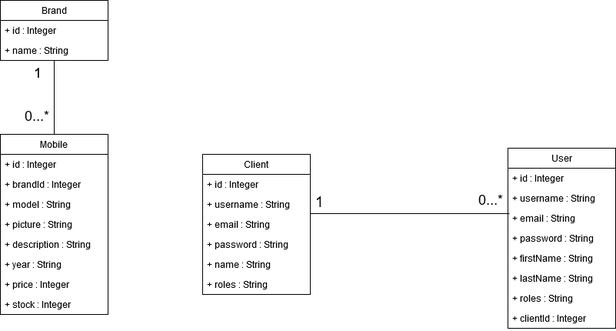
Earlier version of the draw.io export UML/Classes/diagramme_classes.png (quentinboinet/bilemo). Source tidied: cells renumbered, new cells last; positions are measured from the earlier drawing's top-left corner, leaving out a move shared by most shapes.
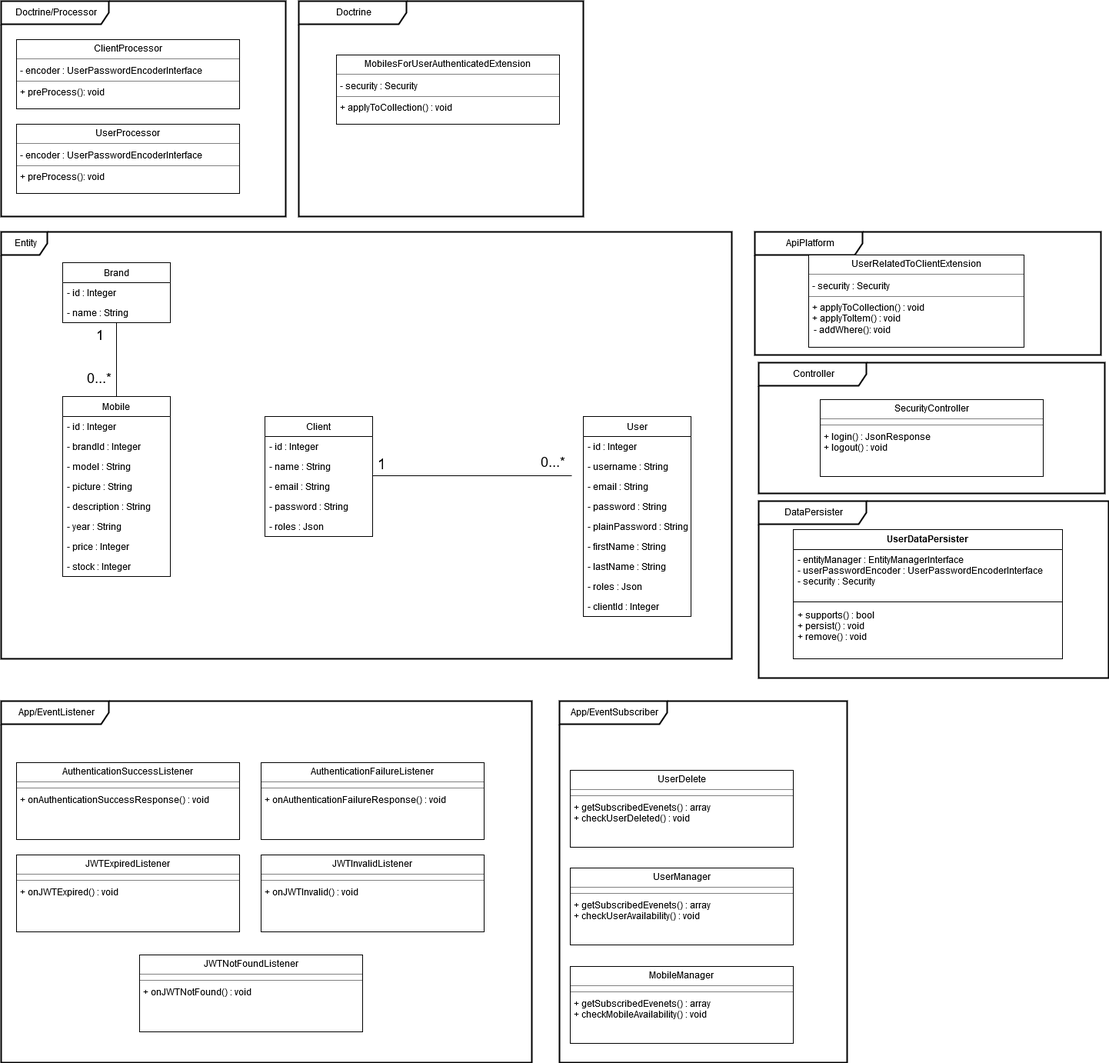
After the commit.

Change to the diagram source:
```diff
@@ -5,21 +5,18 @@
     <mxCell id="2" value="Client" style="swimlane;fontStyle=0;horizontal=1;startSize=26;fillColor=none;" parent="1" vertex="1">
-      <mxGeometry x="263" y="200" width="140" height="182" as="geometry" />
+      <mxGeometry x="263" y="200" width="140" height="156" as="geometry" />
     </mxCell>
-    <mxCell id="3" value="+ id : Integer" style="text;strokeColor=none;fillColor=none;align=left;verticalAlign=top;spacingLeft=4;spacingRight=4;overflow=hidden;" parent="2" vertex="1">
+    <mxCell id="3" value="- id : Integer" style="text;strokeColor=none;fillColor=none;align=left;verticalAlign=top;spacingLeft=4;spacingRight=4;overflow=hidden;" parent="2" vertex="1">
       <mxGeometry y="26" width="140" height="26" as="geometry" />
     </mxCell>
-    <mxCell id="4" value="+ username : String" style="text;strokeColor=none;fillColor=none;align=left;verticalAlign=top;spacingLeft=4;spacingRight=4;overflow=hidden;" parent="2" vertex="1">
-      <mxGeometry y="52" width="140" height="26" as="geometry" />
-    </mxCell>
+    <mxCell id="7" value="- name : String" style="text;strokeColor=none;fillColor=none;align=left;verticalAlign=top;spacingLeft=4;spacingRight=4;overflow=hidden;" parent="2" vertex="1">
+      <mxGeometry y="52" width="140" height="26" as="geometry" />
+    </mxCell>
-    <mxCell id="5" value="+ email : String" style="text;strokeColor=none;fillColor=none;align=left;verticalAlign=top;spacingLeft=4;spacingRight=4;overflow=hidden;" parent="2" vertex="1">
+    <mxCell id="5" value="- email : String" style="text;strokeColor=none;fillColor=none;align=left;verticalAlign=top;spacingLeft=4;spacingRight=4;overflow=hidden;" parent="2" vertex="1">
       <mxGeometry y="78" width="140" height="26" as="geometry" />
     </mxCell>
-    <mxCell id="6" value="+ password : String" style="text;strokeColor=none;fillColor=none;align=left;verticalAlign=top;spacingLeft=4;spacingRight=4;overflow=hidden;" parent="2" vertex="1">
+    <mxCell id="6" value="- password : String" style="text;strokeColor=none;fillColor=none;align=left;verticalAlign=top;spacingLeft=4;spacingRight=4;overflow=hidden;" parent="2" vertex="1">
       <mxGeometry y="104" width="140" height="26" as="geometry" />
     </mxCell>
-    <mxCell id="7" value="+ name : String" style="text;strokeColor=none;fillColor=none;align=left;verticalAlign=top;spacingLeft=4;spacingRight=4;overflow=hidden;" parent="2" vertex="1">
-      <mxGeometry y="130" width="140" height="26" as="geometry" />
-    </mxCell>
-    <mxCell id="8" value="+ roles : String" style="text;strokeColor=none;fillColor=none;align=left;verticalAlign=top;spacingLeft=4;spacingRight=4;overflow=hidden;" parent="2" vertex="1">
-      <mxGeometry y="156" width="140" height="26" as="geometry" />
+    <mxCell id="8" value="- roles : Json" style="text;strokeColor=none;fillColor=none;align=left;verticalAlign=top;spacingLeft=4;spacingRight=4;overflow=hidden;" parent="2" vertex="1">
+      <mxGeometry y="130" width="140" height="26" as="geometry" />
     </mxCell>
@@ -28,24 +25,24 @@
     </mxCell>
-    <mxCell id="10" value="+ id : Integer" style="text;strokeColor=none;fillColor=none;align=left;verticalAlign=top;spacingLeft=4;spacingRight=4;overflow=hidden;" parent="9" vertex="1">
+    <mxCell id="10" value="- id : Integer" style="text;strokeColor=none;fillColor=none;align=left;verticalAlign=top;spacingLeft=4;spacingRight=4;overflow=hidden;" parent="9" vertex="1">
       <mxGeometry y="26" width="140" height="26" as="geometry" />
     </mxCell>
-    <mxCell id="11" value="+ brandId : Integer" style="text;strokeColor=none;fillColor=none;align=left;verticalAlign=top;spacingLeft=4;spacingRight=4;overflow=hidden;" parent="9" vertex="1">
+    <mxCell id="11" value="- brandId : Integer" style="text;strokeColor=none;fillColor=none;align=left;verticalAlign=top;spacingLeft=4;spacingRight=4;overflow=hidden;" parent="9" vertex="1">
       <mxGeometry y="52" width="140" height="26" as="geometry" />
     </mxCell>
-    <mxCell id="12" value="+ model : String" style="text;strokeColor=none;fillColor=none;align=left;verticalAlign=top;spacingLeft=4;spacingRight=4;overflow=hidden;" parent="9" vertex="1">
+    <mxCell id="12" value="- model : String" style="text;strokeColor=none;fillColor=none;align=left;verticalAlign=top;spacingLeft=4;spacingRight=4;overflow=hidden;" parent="9" vertex="1">
       <mxGeometry y="78" width="140" height="26" as="geometry" />
     </mxCell>
-    <mxCell id="13" value="+ picture : String" style="text;strokeColor=none;fillColor=none;align=left;verticalAlign=top;spacingLeft=4;spacingRight=4;overflow=hidden;" parent="9" vertex="1">
+    <mxCell id="13" value="- picture : String" style="text;strokeColor=none;fillColor=none;align=left;verticalAlign=top;spacingLeft=4;spacingRight=4;overflow=hidden;" parent="9" vertex="1">
       <mxGeometry y="104" width="140" height="26" as="geometry" />
     </mxCell>
-    <mxCell id="14" value="+ description : String" style="text;strokeColor=none;fillColor=none;align=left;verticalAlign=top;spacingLeft=4;spacingRight=4;overflow=hidden;" parent="9" vertex="1">
+    <mxCell id="14" value="- description : String" style="text;strokeColor=none;fillColor=none;align=left;verticalAlign=top;spacingLeft=4;spacingRight=4;overflow=hidden;" parent="9" vertex="1">
       <mxGeometry y="130" width="140" height="26" as="geometry" />
     </mxCell>
-    <mxCell id="15" value="+ year : String" style="text;strokeColor=none;fillColor=none;align=left;verticalAlign=top;spacingLeft=4;spacingRight=4;overflow=hidden;" parent="9" vertex="1">
+    <mxCell id="15" value="- year : String" style="text;strokeColor=none;fillColor=none;align=left;verticalAlign=top;spacingLeft=4;spacingRight=4;overflow=hidden;" parent="9" vertex="1">
       <mxGeometry y="156" width="140" height="26" as="geometry" />
     </mxCell>
-    <mxCell id="16" value="+ price : Integer" style="text;strokeColor=none;fillColor=none;align=left;verticalAlign=top;spacingLeft=4;spacingRight=4;overflow=hidden;" parent="9" vertex="1">
+    <mxCell id="16" value="- price : Integer" style="text;strokeColor=none;fillColor=none;align=left;verticalAlign=top;spacingLeft=4;spacingRight=4;overflow=hidden;" parent="9" vertex="1">
       <mxGeometry y="182" width="140" height="26" as="geometry" />
     </mxCell>
-    <mxCell id="17" value="+ stock : Integer" style="text;strokeColor=none;fillColor=none;align=left;verticalAlign=top;spacingLeft=4;spacingRight=4;overflow=hidden;" parent="9" vertex="1">
+    <mxCell id="17" value="- stock : Integer" style="text;strokeColor=none;fillColor=none;align=left;verticalAlign=top;spacingLeft=4;spacingRight=4;overflow=hidden;" parent="9" vertex="1">
       <mxGeometry y="208" width="140" height="26" as="geometry" />
@@ -71,6 +68,6 @@
     </mxCell>
-    <mxCell id="22" value="+ id : Integer" style="text;strokeColor=none;fillColor=none;align=left;verticalAlign=top;spacingLeft=4;spacingRight=4;overflow=hidden;" parent="21" vertex="1">
+    <mxCell id="22" value="- id : Integer" style="text;strokeColor=none;fillColor=none;align=left;verticalAlign=top;spacingLeft=4;spacingRight=4;overflow=hidden;" parent="21" vertex="1">
       <mxGeometry y="26" width="140" height="26" as="geometry" />
     </mxCell>
-    <mxCell id="23" value="+ name : String" style="text;strokeColor=none;fillColor=none;align=left;verticalAlign=top;spacingLeft=4;spacingRight=4;overflow=hidden;" parent="21" vertex="1">
+    <mxCell id="23" value="- name : String" style="text;strokeColor=none;fillColor=none;align=left;verticalAlign=top;spacingLeft=4;spacingRight=4;overflow=hidden;" parent="21" vertex="1">
       <mxGeometry y="52" width="140" height="26" as="geometry" />
@@ -96,28 +93,106 @@
     <mxCell id="27" value="User" style="swimlane;fontStyle=0;horizontal=1;startSize=26;fillColor=none;" parent="1" vertex="1">
-      <mxGeometry x="660" y="192" width="140" height="234" as="geometry" />
+      <mxGeometry x="677" y="200" width="140" height="260" as="geometry" />
     </mxCell>
-    <mxCell id="28" value="+ id : Integer" style="text;strokeColor=none;fillColor=none;align=left;verticalAlign=top;spacingLeft=4;spacingRight=4;overflow=hidden;" parent="27" vertex="1">
+    <mxCell id="28" value="- id : Integer" style="text;strokeColor=none;fillColor=none;align=left;verticalAlign=top;spacingLeft=4;spacingRight=4;overflow=hidden;" parent="27" vertex="1">
       <mxGeometry y="26" width="140" height="26" as="geometry" />
     </mxCell>
-    <mxCell id="29" value="+ username : String" style="text;strokeColor=none;fillColor=none;align=left;verticalAlign=top;spacingLeft=4;spacingRight=4;overflow=hidden;" parent="27" vertex="1">
+    <mxCell id="29" value="- username : String" style="text;strokeColor=none;fillColor=none;align=left;verticalAlign=top;spacingLeft=4;spacingRight=4;overflow=hidden;" parent="27" vertex="1">
       <mxGeometry y="52" width="140" height="26" as="geometry" />
     </mxCell>
-    <mxCell id="30" value="+ email : String" style="text;strokeColor=none;fillColor=none;align=left;verticalAlign=top;spacingLeft=4;spacingRight=4;overflow=hidden;" parent="27" vertex="1">
+    <mxCell id="30" value="- email : String" style="text;strokeColor=none;fillColor=none;align=left;verticalAlign=top;spacingLeft=4;spacingRight=4;overflow=hidden;" parent="27" vertex="1">
       <mxGeometry y="78" width="140" height="26" as="geometry" />
     </mxCell>
-    <mxCell id="31" value="+ password : String" style="text;strokeColor=none;fillColor=none;align=left;verticalAlign=top;spacingLeft=4;spacingRight=4;overflow=hidden;" parent="27" vertex="1">
+    <mxCell id="31" value="- password : String" style="text;strokeColor=none;fillColor=none;align=left;verticalAlign=top;spacingLeft=4;spacingRight=4;overflow=hidden;" parent="27" vertex="1">
       <mxGeometry y="104" width="140" height="26" as="geometry" />
     </mxCell>
+    <mxCell id="36" value="- plainPassword : String" style="text;strokeColor=none;fillColor=none;align=left;verticalAlign=top;spacingLeft=4;spacingRight=4;overflow=hidden;" parent="27" vertex="1">
+      <mxGeometry y="130" width="140" height="26" as="geometry" />
+    </mxCell>
-    <mxCell id="32" value="+ firstName : String" style="text;strokeColor=none;fillColor=none;align=left;verticalAlign=top;spacingLeft=4;spacingRight=4;overflow=hidden;" parent="27" vertex="1">
-      <mxGeometry y="130" width="140" height="26" as="geometry" />
+    <mxCell id="32" value="- firstName : String" style="text;strokeColor=none;fillColor=none;align=left;verticalAlign=top;spacingLeft=4;spacingRight=4;overflow=hidden;" parent="27" vertex="1">
+      <mxGeometry y="156" width="140" height="26" as="geometry" />
     </mxCell>
-    <mxCell id="33" value="+ lastName : String" style="text;strokeColor=none;fillColor=none;align=left;verticalAlign=top;spacingLeft=4;spacingRight=4;overflow=hidden;" parent="27" vertex="1">
-      <mxGeometry y="156" width="140" height="26" as="geometry" />
+    <mxCell id="33" value="- lastName : String" style="text;strokeColor=none;fillColor=none;align=left;verticalAlign=top;spacingLeft=4;spacingRight=4;overflow=hidden;" parent="27" vertex="1">
+      <mxGeometry y="182" width="140" height="26" as="geometry" />
     </mxCell>
-    <mxCell id="34" value="+ roles : String" style="text;strokeColor=none;fillColor=none;align=left;verticalAlign=top;spacingLeft=4;spacingRight=4;overflow=hidden;" parent="27" vertex="1">
-      <mxGeometry y="182" width="140" height="26" as="geometry" />
+    <mxCell id="34" value="- roles : Json" style="text;strokeColor=none;fillColor=none;align=left;verticalAlign=top;spacingLeft=4;spacingRight=4;overflow=hidden;" parent="27" vertex="1">
+      <mxGeometry y="208" width="140" height="26" as="geometry" />
     </mxCell>
-    <mxCell id="35" value="+ clientId : Integer" style="text;strokeColor=none;fillColor=none;align=left;verticalAlign=top;spacingLeft=4;spacingRight=4;overflow=hidden;" parent="27" vertex="1">
-      <mxGeometry y="208" width="140" height="26" as="geometry" />
+    <mxCell id="35" value="- clientId : Integer" style="text;strokeColor=none;fillColor=none;align=left;verticalAlign=top;spacingLeft=4;spacingRight=4;overflow=hidden;" parent="27" vertex="1">
+      <mxGeometry y="234" width="140" height="26" as="geometry" />
     </mxCell>
+    <mxCell id="37" value="Entity" style="shape=umlFrame;whiteSpace=wrap;html=1;strokeWidth=2;" parent="1" vertex="1">
+      <mxGeometry x="-80" y="-40" width="950" height="555" as="geometry" />
+    </mxCell>
+    <mxCell id="38" value="ApiPlatform" style="shape=umlFrame;whiteSpace=wrap;html=1;width=140;height=30;strokeWidth=2;" parent="1" vertex="1">
+      <mxGeometry x="900" y="-40" width="450" height="160" as="geometry" />
+    </mxCell>
+    <mxCell id="39" value="&lt;p style=&quot;margin: 0px ; margin-top: 4px ; text-align: center&quot;&gt;AuthenticationFailureListener&lt;br&gt;&lt;/p&gt;&lt;hr size=&quot;1&quot;&gt;&lt;hr size=&quot;1&quot;&gt;&lt;p style=&quot;margin: 0px ; margin-left: 4px&quot;&gt;+ onAuthenticationFailureResponse() : void&lt;br&gt;&lt;/p&gt;" style="verticalAlign=top;align=left;overflow=fill;fontSize=12;fontFamily=Helvetica;html=1;" parent="1" vertex="1">
+      <mxGeometry x="258" y="650" width="290" height="100" as="geometry" />
+    </mxCell>
+    <mxCell id="40" value="&lt;p style=&quot;margin: 0px ; margin-top: 4px ; text-align: center&quot;&gt;AuthenticationSuccessListener&lt;br&gt;&lt;/p&gt;&lt;hr size=&quot;1&quot;&gt;&lt;hr size=&quot;1&quot;&gt;&lt;p style=&quot;margin: 0px ; margin-left: 4px&quot;&gt;+ onAuthenticationSuccessResponse() : void&lt;br&gt;&lt;/p&gt;" style="verticalAlign=top;align=left;overflow=fill;fontSize=12;fontFamily=Helvetica;html=1;" parent="1" vertex="1">
+      <mxGeometry x="-60" y="650" width="290" height="100" as="geometry" />
+    </mxCell>
+    <mxCell id="41" value="&lt;p style=&quot;margin: 0px ; margin-top: 4px ; text-align: center&quot;&gt;JWTInvalidListener&lt;br&gt;&lt;/p&gt;&lt;hr size=&quot;1&quot;&gt;&lt;hr size=&quot;1&quot;&gt;&lt;p style=&quot;margin: 0px ; margin-left: 4px&quot;&gt;+ onJWTInvalid() : void&lt;br&gt;&lt;/p&gt;" style="verticalAlign=top;align=left;overflow=fill;fontSize=12;fontFamily=Helvetica;html=1;" parent="1" vertex="1">
+      <mxGeometry x="258" y="770" width="290" height="100" as="geometry" />
+    </mxCell>
+    <mxCell id="42" value="&lt;p style=&quot;margin: 0px ; margin-top: 4px ; text-align: center&quot;&gt;JWTExpiredListener&lt;br&gt;&lt;/p&gt;&lt;hr size=&quot;1&quot;&gt;&lt;hr size=&quot;1&quot;&gt;&lt;p style=&quot;margin: 0px ; margin-left: 4px&quot;&gt;+ onJWTExpired() : void&lt;br&gt;&lt;/p&gt;" style="verticalAlign=top;align=left;overflow=fill;fontSize=12;fontFamily=Helvetica;html=1;" parent="1" vertex="1">
+      <mxGeometry x="-60" y="770" width="290" height="100" as="geometry" />
+    </mxCell>
+    <mxCell id="43" value="&lt;p style=&quot;margin: 0px ; margin-top: 4px ; text-align: center&quot;&gt;JWTNotFoundListener&lt;br&gt;&lt;/p&gt;&lt;hr size=&quot;1&quot;&gt;&lt;hr size=&quot;1&quot;&gt;&lt;p style=&quot;margin: 0px ; margin-left: 4px&quot;&gt;+ onJWTNotFound() : void&lt;br&gt;&lt;/p&gt;" style="verticalAlign=top;align=left;overflow=fill;fontSize=12;fontFamily=Helvetica;html=1;" parent="1" vertex="1">
+      <mxGeometry x="100" y="900" width="290" height="100" as="geometry" />
+    </mxCell>
+    <mxCell id="44" value="App/EventListener" style="shape=umlFrame;whiteSpace=wrap;html=1;width=140;height=30;strokeWidth=2;" parent="1" vertex="1">
+      <mxGeometry x="-80" y="570" width="690" height="470" as="geometry" />
+    </mxCell>
+    <mxCell id="45" value="&lt;p style=&quot;margin: 0px ; margin-top: 4px ; text-align: center&quot;&gt;UserDelete&lt;br&gt;&lt;/p&gt;&lt;hr size=&quot;1&quot;&gt;&lt;hr size=&quot;1&quot;&gt;&lt;p style=&quot;margin: 0px ; margin-left: 4px&quot;&gt;+ getSubscribedEvenets() : array&lt;/p&gt;&lt;p style=&quot;margin: 0px ; margin-left: 4px&quot;&gt;+ checkUserDeleted() : void&lt;br&gt;&lt;/p&gt;" style="verticalAlign=top;align=left;overflow=fill;fontSize=12;fontFamily=Helvetica;html=1;" parent="1" vertex="1">
+      <mxGeometry x="660" y="660" width="290" height="100" as="geometry" />
+    </mxCell>
+    <mxCell id="46" value="&lt;p style=&quot;margin: 0px ; margin-top: 4px ; text-align: center&quot;&gt;UserManager&lt;br&gt;&lt;/p&gt;&lt;hr size=&quot;1&quot;&gt;&lt;hr size=&quot;1&quot;&gt;&lt;p style=&quot;margin: 0px ; margin-left: 4px&quot;&gt;+ getSubscribedEvenets() : array&lt;/p&gt;&lt;p style=&quot;margin: 0px ; margin-left: 4px&quot;&gt;+ checkUserAvailability() : void&lt;br&gt;&lt;/p&gt;" style="verticalAlign=top;align=left;overflow=fill;fontSize=12;fontFamily=Helvetica;html=1;" parent="1" vertex="1">
+      <mxGeometry x="660" y="787" width="290" height="100" as="geometry" />
+    </mxCell>
+    <mxCell id="47" value="&lt;p style=&quot;margin: 0px ; margin-top: 4px ; text-align: center&quot;&gt;MobileManager&lt;br&gt;&lt;/p&gt;&lt;hr size=&quot;1&quot;&gt;&lt;hr size=&quot;1&quot;&gt;&lt;p style=&quot;margin: 0px ; margin-left: 4px&quot;&gt;+ getSubscribedEvenets() : array&lt;/p&gt;&lt;p style=&quot;margin: 0px ; margin-left: 4px&quot;&gt;+ checkMobileAvailability() : void&lt;br&gt;&lt;/p&gt;" style="verticalAlign=top;align=left;overflow=fill;fontSize=12;fontFamily=Helvetica;html=1;" parent="1" vertex="1">
+      <mxGeometry x="660" y="915" width="290" height="100" as="geometry" />
+    </mxCell>
+    <mxCell id="48" value="&lt;p style=&quot;margin: 0px ; margin-top: 4px ; text-align: center&quot;&gt;SecurityController&lt;br&gt;&lt;/p&gt;&lt;hr size=&quot;1&quot;&gt;&lt;hr size=&quot;1&quot;&gt;&lt;p style=&quot;margin: 0px ; margin-left: 4px&quot;&gt;+ login() : JsonResponse&lt;br&gt;&lt;/p&gt;&lt;p style=&quot;margin: 0px ; margin-left: 4px&quot;&gt;+ logout() : void&lt;br&gt;&lt;/p&gt;" style="verticalAlign=top;align=left;overflow=fill;fontSize=12;fontFamily=Helvetica;html=1;" parent="1" vertex="1">
+      <mxGeometry x="985" y="178" width="290" height="100" as="geometry" />
+    </mxCell>
+    <mxCell id="49" value="App/EventSubscriber" style="shape=umlFrame;whiteSpace=wrap;html=1;width=140;height=30;strokeWidth=2;" parent="1" vertex="1">
+      <mxGeometry x="646" y="570" width="374" height="470" as="geometry" />
+    </mxCell>
+    <mxCell id="50" value="Controller" style="shape=umlFrame;whiteSpace=wrap;html=1;width=140;height=30;strokeWidth=2;" parent="1" vertex="1">
+      <mxGeometry x="905" y="130" width="450" height="170" as="geometry" />
+    </mxCell>
+    <mxCell id="51" value="DataPersister" style="shape=umlFrame;whiteSpace=wrap;html=1;width=140;height=30;strokeWidth=2;" parent="1" vertex="1">
+      <mxGeometry x="905" y="310" width="455" height="230" as="geometry" />
+    </mxCell>
+    <mxCell id="52" value="&lt;p style=&quot;margin: 0px ; margin-top: 4px ; text-align: center&quot;&gt;ClientProcessor&lt;br&gt;&lt;/p&gt;&lt;hr size=&quot;1&quot;&gt;&lt;p style=&quot;margin: 0px ; margin-left: 4px&quot;&gt;- encoder : UserPasswordEncoderInterface&lt;br&gt;&lt;/p&gt;&lt;hr size=&quot;1&quot;&gt;&lt;p style=&quot;margin: 0px ; margin-left: 4px&quot;&gt;+ preProcess(): void&lt;br&gt;&lt;/p&gt;" style="verticalAlign=top;align=left;overflow=fill;fontSize=12;fontFamily=Helvetica;html=1;strokeWidth=1;" parent="1" vertex="1">
+      <mxGeometry x="-60" y="-290" width="290" height="90" as="geometry" />
+    </mxCell>
+    <mxCell id="53" value="&lt;p style=&quot;margin: 0px ; margin-top: 4px ; text-align: center&quot;&gt;UserProcessor&lt;br&gt;&lt;/p&gt;&lt;hr size=&quot;1&quot;&gt;&lt;p style=&quot;margin: 0px ; margin-left: 4px&quot;&gt;- encoder : UserPasswordEncoderInterface&lt;br&gt;&lt;/p&gt;&lt;hr size=&quot;1&quot;&gt;&lt;p style=&quot;margin: 0px ; margin-left: 4px&quot;&gt;+ preProcess(): void&lt;br&gt;&lt;/p&gt;" style="verticalAlign=top;align=left;overflow=fill;fontSize=12;fontFamily=Helvetica;html=1;strokeWidth=1;" parent="1" vertex="1">
+      <mxGeometry x="-60" y="-180" width="290" height="90" as="geometry" />
+    </mxCell>
+    <mxCell id="54" value="Doctrine/Processor" style="shape=umlFrame;whiteSpace=wrap;html=1;width=140;height=30;strokeWidth=2;" parent="1" vertex="1">
+      <mxGeometry x="-80" y="-340" width="370" height="280" as="geometry" />
+    </mxCell>
+    <mxCell id="55" value="&lt;p style=&quot;margin: 0px ; margin-top: 4px ; text-align: center&quot;&gt;MobilesForUserAuthenticatedExtension&lt;br&gt;&lt;/p&gt;&lt;hr size=&quot;1&quot;&gt;&lt;p style=&quot;margin: 0px ; margin-left: 4px&quot;&gt;- security : Security&lt;br&gt;&lt;/p&gt;&lt;hr size=&quot;1&quot;&gt;&lt;p style=&quot;margin: 0px ; margin-left: 4px&quot;&gt;+ applyToCollection() : void&lt;br&gt;&lt;/p&gt;" style="verticalAlign=top;align=left;overflow=fill;fontSize=12;fontFamily=Helvetica;html=1;strokeWidth=1;" parent="1" vertex="1">
+      <mxGeometry x="356" y="-270" width="290" height="90" as="geometry" />
+    </mxCell>
+    <mxCell id="56" value="Doctrine" style="shape=umlFrame;whiteSpace=wrap;html=1;width=140;height=30;strokeWidth=2;" parent="1" vertex="1">
+      <mxGeometry x="307" y="-340" width="370" height="280" as="geometry" />
+    </mxCell>
+    <mxCell id="57" value="&lt;p style=&quot;margin: 0px ; margin-top: 4px ; text-align: center&quot;&gt;UserRelatedToClientExtension&lt;/p&gt;&lt;hr size=&quot;1&quot;&gt;&lt;p style=&quot;margin: 0px ; margin-left: 4px&quot;&gt;- security : Security&lt;br&gt;&lt;/p&gt;&lt;hr size=&quot;1&quot;&gt;&lt;p style=&quot;margin: 0px ; margin-left: 4px&quot;&gt;+ applyToCollection() : void&lt;br&gt;&lt;/p&gt;&lt;p style=&quot;margin: 0px ; margin-left: 4px&quot;&gt;+ applyToItem() : void&lt;br&gt;&lt;/p&gt;&amp;nbsp; - addWhere(): void" style="verticalAlign=top;align=left;overflow=fill;fontSize=12;fontFamily=Helvetica;html=1;" parent="1" vertex="1">
+      <mxGeometry x="970" y="-10" width="280" height="120" as="geometry" />
+    </mxCell>
+    <mxCell id="58" value="UserDataPersister" style="swimlane;fontStyle=1;align=center;verticalAlign=top;horizontal=1;startSize=26;html=1;" parent="1" vertex="1">
+      <mxGeometry x="950" y="347" width="350" height="168" as="geometry" />
+    </mxCell>
+    <mxCell id="59" value="- entityManager : EntityManagerInterface&#10;- userPasswordEncoder : UserPasswordEncoderInterface&#10;- security : Security&#10;&#10;" style="text;strokeColor=none;fillColor=none;align=left;verticalAlign=top;spacingLeft=4;spacingRight=4;overflow=hidden;" parent="58" vertex="1">
+      <mxGeometry y="26" width="350" height="64" as="geometry" />
+    </mxCell>
+    <mxCell id="60" style="line;strokeWidth=1;fillColor=none;align=left;verticalAlign=middle;spacingTop=-1;spacingLeft=3;spacingRight=3;labelPosition=right;" parent="58" vertex="1">
+      <mxGeometry y="90" width="350" height="8" as="geometry" />
+    </mxCell>
+    <mxCell id="61" value="+ supports() : bool&#10;+ persist() : void&#10;+ remove() : void" style="text;strokeColor=none;fillColor=none;align=left;verticalAlign=top;spacingLeft=4;spacingRight=4;overflow=hidden;" parent="58" vertex="1">
+      <mxGeometry y="98" width="350" height="70" as="geometry" />
+    </mxCell>
   </root>
```
